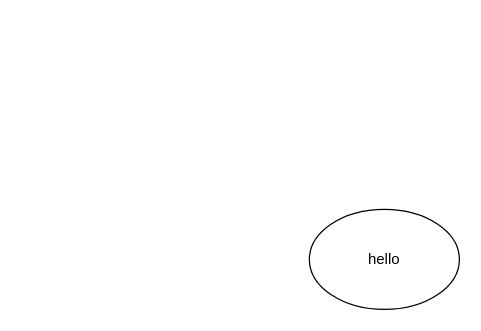
Above: Untitled Diagram.drawio in Pradeepkumarpacha/ansible-ubuntu (draw.io), before the change. Source tidied: cells renumbered, new cells numbered last; positions are measured from the earlier drawing's top-left corner, leaving out a move shared by most shapes. Both pictures are drawn from the tidied source at 125%, with x=0, y=0 at pixel (309, 209).
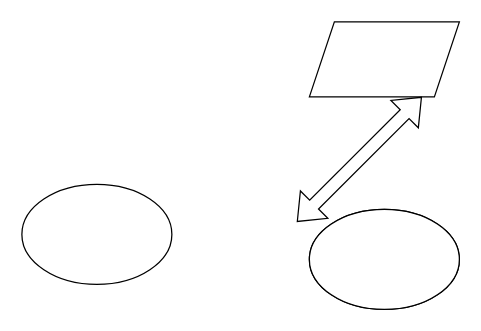
The same page after the edit.

The edit, as a diff of the source:
```diff
@@
 <mxGraphModel>
   <root>
     <mxCell id="0" />
     <mxCell id="1" parent="0" />
     <mxCell id="2" value="hello" style="ellipse;whiteSpace=wrap;html=1;" parent="1" vertex="1">
       <mxGeometry width="120" height="80" as="geometry" />
     </mxCell>
+    <mxCell id="3" style="ellipse;whiteSpace=wrap;html=1;" parent="1" vertex="1">
+      <mxGeometry width="120" height="80" as="geometry" />
+    </mxCell>
+    <mxCell id="4" style="ellipse;whiteSpace=wrap;html=1;" parent="1" vertex="1">
+      <mxGeometry x="-230" y="-20" width="120" height="80" as="geometry" />
+    </mxCell>
+    <mxCell id="5" style="shape=parallelogram;perimeter=parallelogramPerimeter;whiteSpace=wrap;html=1;fixedSize=1;" parent="1" vertex="1">
+      <mxGeometry y="-150" width="120" height="60" as="geometry" />
+    </mxCell>
+    <mxCell id="6" style="shape=flexArrow;endArrow=classic;startArrow=classic;html=1;rounded=0;" parent="1" edge="1">
+      <mxGeometry relative="1" as="geometry">
+        <mxPoint x="-10" y="10" as="sourcePoint" />
+        <mxPoint x="90" y="-90" as="targetPoint" />
+      </mxGeometry>
+    </mxCell>
   </root>
 </mxGraphModel>
```
